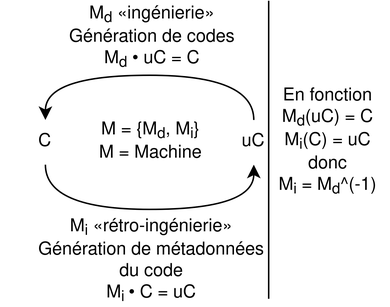
Before: diagramme/machine_ing_retro_ing.drawio.png, a diagram exported from draw.io (mathben/memoire_generateur_code_2023). Source tidied: cells renumbered, new cells last; positions are measured from the earlier drawing's top-left corner, leaving out a move shared by most shapes.
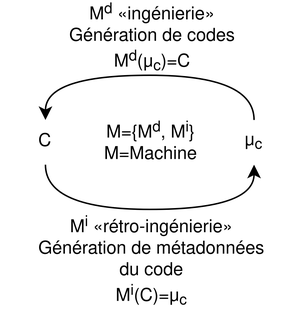
The same file after the commit.

Change to the diagram source:
```diff
@@ -5,27 +5,18 @@
     <mxCell id="2" value="C" style="text;html=1;strokeColor=none;fillColor=none;align=center;verticalAlign=middle;whiteSpace=wrap;rounded=0;" parent="1" vertex="1">
       <mxGeometry y="80" width="60" height="30" as="geometry" />
     </mxCell>
-    <mxCell id="3" value="uC" style="text;html=1;strokeColor=none;fillColor=none;align=center;verticalAlign=middle;whiteSpace=wrap;rounded=0;" parent="1" vertex="1">
+    <mxCell id="3" value="μ&lt;sub&gt;c&lt;/sub&gt;" style="text;html=1;strokeColor=none;fillColor=none;align=center;verticalAlign=middle;whiteSpace=wrap;rounded=0;" parent="1" vertex="1">
       <mxGeometry x="140" y="80" width="60" height="30" as="geometry" />
     </mxCell>
-    <mxCell id="4" value="&lt;div&gt;M&lt;sub&gt;d&lt;/sub&gt; «ingénierie»&lt;/div&gt;&lt;div&gt;Génération de codes&lt;/div&gt;&lt;div&gt;M&lt;sub&gt;d&lt;/sub&gt; • uC = C &lt;/div&gt;" style="text;html=1;strokeColor=none;fillColor=none;align=center;verticalAlign=middle;whiteSpace=wrap;rounded=0;" parent="1" vertex="1">
+    <mxCell id="4" value="&lt;div&gt;M&lt;sup&gt;d&lt;/sup&gt; «ingénierie»&lt;/div&gt;&lt;div&gt;Génération de codes&lt;/div&gt;&lt;div&gt;M&lt;sup&gt;d&lt;/sup&gt;(μ&lt;sub&gt;c&lt;/sub&gt;)=C&lt;/div&gt;" style="text;html=1;strokeColor=none;fillColor=none;align=center;verticalAlign=middle;whiteSpace=wrap;rounded=0;" parent="1" vertex="1">
       <mxGeometry x="42.5" y="10" width="117.5" height="30" as="geometry" />
     </mxCell>
-    <mxCell id="5" value="&lt;div&gt;M&lt;sub&gt;i&lt;/sub&gt; «rétro-ingénierie»&lt;/div&gt;&lt;div&gt;Génération de métadonnées du code&lt;/div&gt;&lt;div&gt;M&lt;sub&gt;i &lt;/sub&gt;• C = uC &lt;/div&gt;" style="text;html=1;strokeColor=none;fillColor=none;align=center;verticalAlign=middle;whiteSpace=wrap;rounded=0;" parent="1" vertex="1">
+    <mxCell id="5" value="&lt;div&gt;M&lt;sup&gt;i&lt;/sup&gt; «rétro-ingénierie»&lt;/div&gt;&lt;div&gt;Génération de métadonnées du code&lt;/div&gt;&lt;div&gt;M&lt;sup&gt;i&lt;/sup&gt;(C)=μ&lt;sub&gt;c&lt;/sub&gt;&lt;br&gt;&lt;/div&gt;" style="text;html=1;strokeColor=none;fillColor=none;align=center;verticalAlign=middle;whiteSpace=wrap;rounded=0;" parent="1" vertex="1">
       <mxGeometry x="20" y="160" width="162.5" height="30" as="geometry" />
     </mxCell>
-    <mxCell id="6" value="&lt;div&gt;M = {M&lt;sub&gt;d&lt;/sub&gt;, M&lt;sub&gt;i&lt;/sub&gt;}&lt;/div&gt;&lt;div&gt;M = Machine&lt;/div&gt;" style="text;html=1;strokeColor=none;fillColor=none;align=center;verticalAlign=middle;whiteSpace=wrap;rounded=0;" parent="1" vertex="1">
+    <mxCell id="6" value="&lt;div&gt;M={M&lt;sup&gt;d&lt;/sup&gt;, M&lt;sup&gt;i&lt;/sup&gt;}&lt;/div&gt;&lt;div&gt;M=Machine&lt;/div&gt;" style="text;html=1;strokeColor=none;fillColor=none;align=center;verticalAlign=middle;whiteSpace=wrap;rounded=0;" parent="1" vertex="1">
       <mxGeometry x="56.2" y="80" width="90" height="30" as="geometry" />
     </mxCell>
-    <mxCell id="7" value="&lt;div&gt;En fonction&lt;br&gt;&lt;/div&gt;&lt;div&gt;M&lt;sub&gt;d&lt;/sub&gt;(uC) = C&lt;/div&gt;&lt;div&gt;M&lt;sub&gt;i&lt;/sub&gt;(C) = uC&lt;/div&gt;&lt;div&gt;donc&lt;/div&gt;&lt;div&gt;M&lt;sub&gt;i&lt;/sub&gt; = M&lt;sub&gt;d&lt;/sub&gt;^(-1)&lt;br&gt;&lt;/div&gt;" style="text;html=1;strokeColor=none;fillColor=none;align=center;verticalAlign=middle;whiteSpace=wrap;rounded=0;" parent="1" vertex="1">
-      <mxGeometry x="180" y="80" width="80" height="30" as="geometry" />
-    </mxCell>
-    <mxCell id="8" style="endArrow=none;html=1;rounded=0;" parent="1" edge="1">
-      <mxGeometry relative="1" as="geometry">
-        <mxPoint x="180" y="200" as="sourcePoint" />
-        <mxPoint x="180" as="targetPoint" />
-      </mxGeometry>
-    </mxCell>
     <mxCell id="9" style="endArrow=classic;html=1;rounded=0;entryX=0.5;entryY=0;entryDx=0;entryDy=0;exitX=0.5;exitY=0;exitDx=0;exitDy=0;edgeStyle=orthogonalEdgeStyle;curved=1;" parent="1" edge="1" source="3" target="2">
       <mxGeometry relative="1" as="geometry">
         <Array as="points">
```
